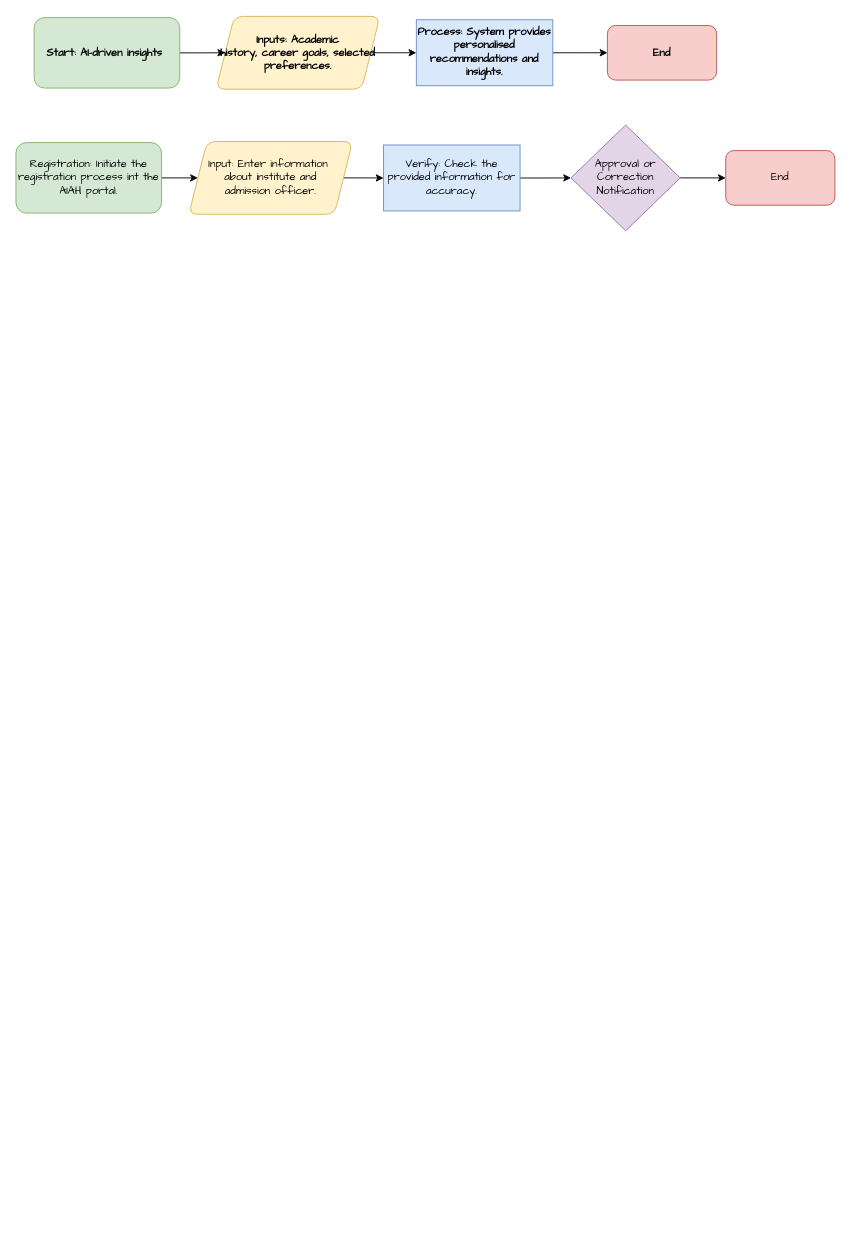
Before: page "Page-2" (2 of 3) of Architecture.drawio in prateek1o1/draw.io, a draw.io diagram. Source tidied: cells renumbered, new cells numbered last; positions are measured from the earlier drawing's top-left corner, leaving out a move shared by most shapes. Both pictures are drawn from the tidied source at 91%, with x=0, y=0 at pixel (15, 15).
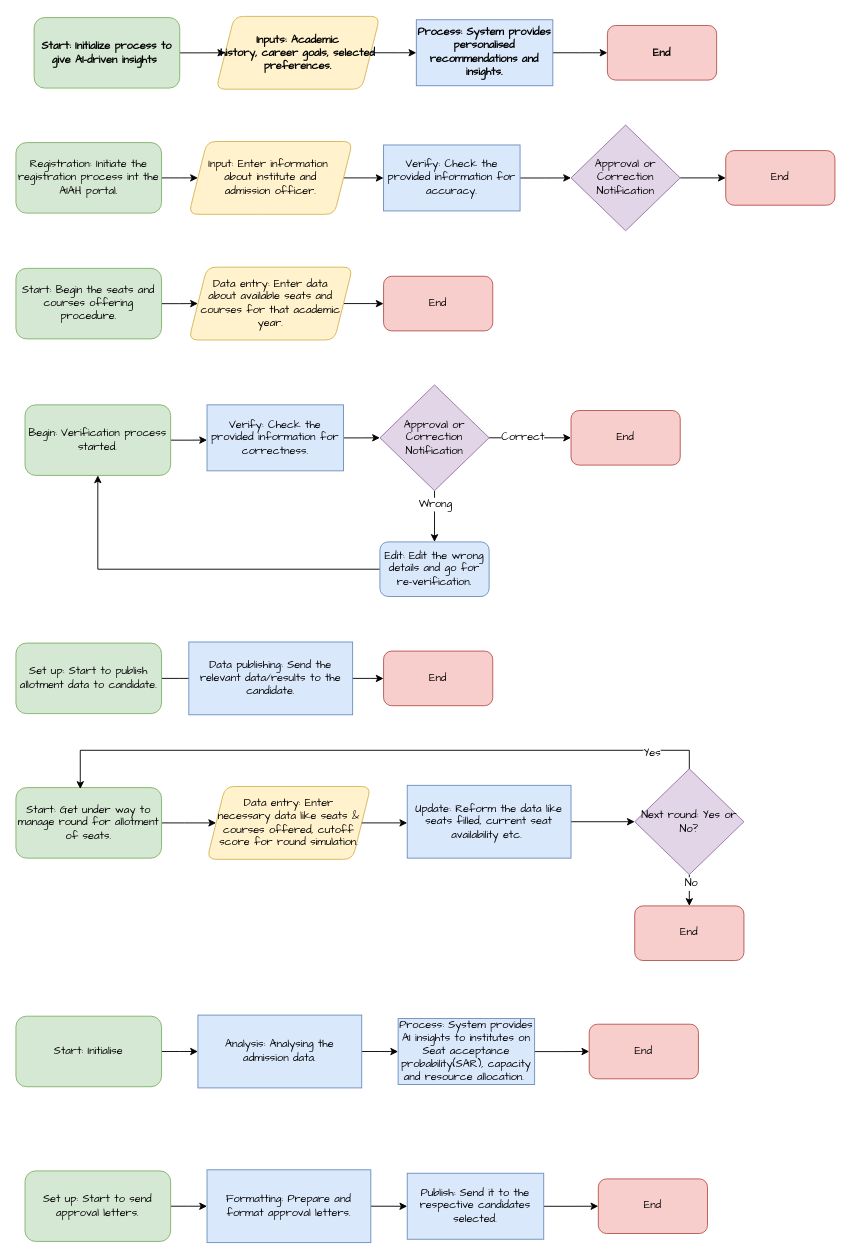
Above is the later version.

Diff of the diagram source:
```diff
@@
-    <mxCell id="3" value="Start: AI-driven insights&amp;nbsp;&lt;br&gt;" style="rounded=1;whiteSpace=wrap;html=1;align=center;fontStyle=1;fontFamily=Comic Sans MS;fillColor=#d5e8d4;strokeColor=#82b366;" parent="1" vertex="1">
+    <mxCell id="3" value="Start: Initialize process to give AI-driven insights&amp;nbsp;" style="rounded=1;whiteSpace=wrap;html=1;align=center;fontStyle=1;fontFamily=Comic Sans MS;fillColor=#d5e8d4;strokeColor=#82b366;" parent="1" vertex="1">
       <mxGeometry x="20" y="1.8" width="160" height="77.5" as="geometry" />
     </mxCell>
@@
+    <mxCell id="18" style="edgeStyle=orthogonalEdgeStyle;rounded=0;jettySize=auto;html=1;fontStyle=0;fontFamily=Comic Sans MS;" parent="1" edge="1" source="19" target="21">
+      <mxGeometry relative="1" as="geometry" />
+    </mxCell>
+    <mxCell id="19" value="Start: Begin the seats and courses offering procedure." style="rounded=1;whiteSpace=wrap;html=1;align=center;fontStyle=0;fontFamily=Comic Sans MS;fillColor=#d5e8d4;strokeColor=#82b366;" parent="1" vertex="1">
+      <mxGeometry y="277.4" width="160" height="77.5" as="geometry" />
+    </mxCell>
+    <mxCell id="20" style="edgeStyle=orthogonalEdgeStyle;rounded=0;jettySize=auto;html=1;fontStyle=0;fontFamily=Comic Sans MS;" parent="1" edge="1" source="21">
+      <mxGeometry relative="1" as="geometry">
+        <mxPoint x="404" y="316.2" as="targetPoint" />
+      </mxGeometry>
+    </mxCell>
+    <mxCell id="21" value="Data entry: Enter data &lt;br&gt;about available seats and &lt;br&gt;courses for that academic year." style="shape=parallelogram;perimeter=parallelogramPerimeter;whiteSpace=wrap;html=1;fixedSize=1;align=center;rounded=1;fontStyle=0;fontFamily=Comic Sans MS;fillColor=#fff2cc;strokeColor=#d6b656;" parent="1" vertex="1">
+      <mxGeometry x="190" y="276.1" width="180" height="80" as="geometry" />
+    </mxCell>
+    <mxCell id="22" value="End" style="whiteSpace=wrap;html=1;rounded=1;fontStyle=0;fontFamily=Comic Sans MS;fillColor=#f8cecc;strokeColor=#b85450;" parent="1" vertex="1">
+      <mxGeometry x="404" y="286.1" width="120" height="60" as="geometry" />
+    </mxCell>
+    <mxCell id="23" style="edgeStyle=orthogonalEdgeStyle;rounded=0;jettySize=auto;html=1;fontStyle=0;fontFamily=Comic Sans MS;" parent="1" edge="1" source="24">
+      <mxGeometry relative="1" as="geometry">
+        <mxPoint x="210" y="466.1" as="targetPoint" />
+      </mxGeometry>
+    </mxCell>
+    <mxCell id="24" value="Begin: Verification process started." style="rounded=1;whiteSpace=wrap;html=1;align=center;fontStyle=0;fontFamily=Comic Sans MS;fillColor=#d5e8d4;strokeColor=#82b366;" parent="1" vertex="1">
+      <mxGeometry x="10" y="427.4" width="160" height="77.5" as="geometry" />
+    </mxCell>
+    <mxCell id="25" style="edgeStyle=orthogonalEdgeStyle;rounded=0;jettySize=auto;html=1;fontFamily=Comic Sans MS;fontSize=12;fontColor=default;" parent="1" edge="1" source="26" target="32">
+      <mxGeometry relative="1" as="geometry" />
+    </mxCell>
+    <mxCell id="26" value="Verify: Check the provided information for correctness." style="whiteSpace=wrap;html=1;fontStyle=0;fontFamily=Comic Sans MS;fillColor=#dae8fc;strokeColor=#6c8ebf;" parent="1" vertex="1">
+      <mxGeometry x="210" y="427.4" width="150" height="72.5" as="geometry" />
+    </mxCell>
+    <mxCell id="27" value="End" style="whiteSpace=wrap;html=1;rounded=1;fontStyle=0;fontFamily=Comic Sans MS;fillColor=#f8cecc;strokeColor=#b85450;" parent="1" vertex="1">
+      <mxGeometry x="610" y="433.6" width="120" height="60" as="geometry" />
+    </mxCell>
+    <mxCell id="28" style="edgeStyle=orthogonalEdgeStyle;rounded=0;jettySize=auto;html=1;fontFamily=Comic Sans MS;fontSize=12;fontColor=default;" parent="1" edge="1" source="32" target="27">
+      <mxGeometry relative="1" as="geometry" />
+    </mxCell>
+    <mxCell id="29" value="Correct" style="edgeLabel;html=1;align=center;verticalAlign=middle;fontSize=12;fontFamily=Comic Sans MS;fontColor=default;" parent="28" vertex="1">
+      <mxGeometry x="-0.21" y="1" relative="1" as="geometry" />
+    </mxCell>
+    <mxCell id="30" style="edgeStyle=orthogonalEdgeStyle;rounded=0;jettySize=auto;html=1;fontFamily=Comic Sans MS;fontSize=12;fontColor=default;" parent="1" edge="1" source="32" target="34">
+      <mxGeometry relative="1" as="geometry" />
+    </mxCell>
+    <mxCell id="31" value="Wrong" style="edgeLabel;html=1;align=center;verticalAlign=middle;fontSize=12;fontFamily=Comic Sans MS;fontColor=default;" parent="30" vertex="1">
+      <mxGeometry x="-0.47" relative="1" as="geometry" />
+    </mxCell>
+    <mxCell id="32" value="Approval or Correction &lt;br&gt;Notification" style="rhombus;whiteSpace=wrap;html=1;fillColor=#e1d5e7;strokeColor=#9673a6;fontStyle=0;fontFamily=Comic Sans MS;" parent="1" vertex="1">
+      <mxGeometry x="400" y="405.5" width="120" height="116.2" as="geometry" />
+    </mxCell>
+    <mxCell id="33" style="edgeStyle=orthogonalEdgeStyle;rounded=0;jettySize=auto;html=1;entryX=0.5;entryY=1;entryDx=0;entryDy=0;fontFamily=Comic Sans MS;fontSize=12;fontColor=default;" parent="1" edge="1" source="34" target="24">
+      <mxGeometry relative="1" as="geometry" />
+    </mxCell>
+    <mxCell id="34" value="Edit: Edit the wrong details and go for re-verification." style="whiteSpace=wrap;html=1;fontFamily=Comic Sans MS;fillColor=#dae8fc;strokeColor=#6c8ebf;fontStyle=0;rounded=1;" parent="1" vertex="1">
+      <mxGeometry x="400" y="578" width="120" height="60" as="geometry" />
+    </mxCell>
+    <mxCell id="35" style="edgeStyle=orthogonalEdgeStyle;rounded=0;jettySize=auto;html=1;fontStyle=0;fontFamily=Comic Sans MS;" parent="1" edge="1" source="36" target="38">
+      <mxGeometry relative="1" as="geometry" />
+    </mxCell>
+    <mxCell id="36" value="Set up: Start to publish allotment data to candidate." style="rounded=1;whiteSpace=wrap;html=1;align=center;fontStyle=0;fontFamily=Comic Sans MS;fillColor=#d5e8d4;strokeColor=#82b366;" parent="1" vertex="1">
+      <mxGeometry y="689.2" width="160" height="77.5" as="geometry" />
+    </mxCell>
+    <mxCell id="37" style="edgeStyle=orthogonalEdgeStyle;rounded=0;jettySize=auto;html=1;fontStyle=0;fontFamily=Comic Sans MS;" parent="1" edge="1" source="38">
+      <mxGeometry relative="1" as="geometry">
+        <mxPoint x="404" y="728.1" as="targetPoint" />
+      </mxGeometry>
+    </mxCell>
+    <mxCell id="38" value="Data publishing: Send the relevant data/results to the candidate." style="perimeter=parallelogramPerimeter;whiteSpace=wrap;html=1;fixedSize=1;align=center;fontStyle=0;fontFamily=Comic Sans MS;fillColor=#dae8fc;strokeColor=#6c8ebf;" parent="1" vertex="1">
+      <mxGeometry x="190" y="688" width="180" height="80" as="geometry" />
+    </mxCell>
+    <mxCell id="39" value="End" style="whiteSpace=wrap;html=1;rounded=1;fontStyle=0;fontFamily=Comic Sans MS;fillColor=#f8cecc;strokeColor=#b85450;" parent="1" vertex="1">
+      <mxGeometry x="404" y="698" width="120" height="60" as="geometry" />
+    </mxCell>
+    <mxCell id="40" style="edgeStyle=orthogonalEdgeStyle;rounded=0;jettySize=auto;html=1;fontFamily=Comic Sans MS;fontSize=12;fontColor=default;" parent="1" edge="1" source="41" target="43">
+      <mxGeometry relative="1" as="geometry" />
+    </mxCell>
+    <mxCell id="41" value="Start: Get under way to manage round for allotment of seats." style="rounded=1;whiteSpace=wrap;html=1;align=center;fontStyle=0;fontFamily=Comic Sans MS;fillColor=#d5e8d4;strokeColor=#82b366;" parent="1" vertex="1">
+      <mxGeometry y="848" width="160" height="77.5" as="geometry" />
+    </mxCell>
+    <mxCell id="42" value="End" style="whiteSpace=wrap;html=1;rounded=1;fontStyle=0;fontFamily=Comic Sans MS;fillColor=#f8cecc;strokeColor=#b85450;" parent="1" vertex="1">
+      <mxGeometry x="680" y="978" width="120" height="60" as="geometry" />
+    </mxCell>
+    <mxCell id="43" value="Data entry: Enter &lt;br&gt;necessary data like seats &amp;amp; courses offered, cutoff &lt;br&gt;score for round simulation." style="shape=parallelogram;perimeter=parallelogramPerimeter;whiteSpace=wrap;html=1;fixedSize=1;align=center;rounded=1;fontStyle=0;fontFamily=Comic Sans MS;fillColor=#fff2cc;strokeColor=#d6b656;" parent="1" vertex="1">
+      <mxGeometry x="210" y="846.8" width="180" height="80" as="geometry" />
+    </mxCell>
+    <mxCell id="44" style="edgeStyle=orthogonalEdgeStyle;rounded=0;jettySize=auto;html=1;fontFamily=Comic Sans MS;fontSize=12;fontColor=default;" parent="1" edge="1" source="45" target="49">
+      <mxGeometry relative="1" as="geometry" />
+    </mxCell>
+    <mxCell id="45" value="Update: Reform the data like seats filled, current seat availability etc.&amp;nbsp;" style="perimeter=parallelogramPerimeter;whiteSpace=wrap;html=1;fixedSize=1;align=center;fontStyle=0;fontFamily=Comic Sans MS;fillColor=#dae8fc;strokeColor=#6c8ebf;" parent="1" vertex="1">
+      <mxGeometry x="430" y="845.5" width="180" height="80" as="geometry" />
+    </mxCell>
+    <mxCell id="46" style="edgeStyle=orthogonalEdgeStyle;rounded=0;jettySize=auto;html=1;entryX=0;entryY=0.516;entryDx=0;entryDy=0;entryPerimeter=0;fontFamily=Comic Sans MS;fontSize=12;fontColor=default;" parent="1" edge="1" source="43" target="45">
+      <mxGeometry relative="1" as="geometry" />
+    </mxCell>
+    <mxCell id="47" style="edgeStyle=orthogonalEdgeStyle;rounded=0;jettySize=auto;html=1;exitX=0.5;exitY=1;exitDx=0;exitDy=0;entryX=0.5;entryY=0;entryDx=0;entryDy=0;fontFamily=Comic Sans MS;fontSize=12;fontColor=default;" parent="1" edge="1" source="49" target="42">
+      <mxGeometry relative="1" as="geometry" />
+    </mxCell>
+    <mxCell id="48" value="No" style="edgeLabel;html=1;align=center;verticalAlign=middle;fontSize=12;fontFamily=Comic Sans MS;fontColor=default;" parent="47" vertex="1">
+      <mxGeometry x="-0.44" y="1" relative="1" as="geometry" />
+    </mxCell>
+    <mxCell id="49" value="Next round: Yes or No?" style="rhombus;whiteSpace=wrap;html=1;fillColor=#e1d5e7;strokeColor=#9673a6;fontStyle=0;fontFamily=Comic Sans MS;" parent="1" vertex="1">
+      <mxGeometry x="680" y="827.4" width="120" height="116.2" as="geometry" />
+    </mxCell>
+    <mxCell id="50" style="edgeStyle=orthogonalEdgeStyle;rounded=0;jettySize=auto;html=1;exitX=0.5;exitY=0;exitDx=0;exitDy=0;entryX=0.442;entryY=0.019;entryDx=0;entryDy=0;entryPerimeter=0;fontFamily=Comic Sans MS;fontSize=12;fontColor=default;" parent="1" edge="1" source="49" target="41">
+      <mxGeometry relative="1" as="geometry">
+        <Array as="points">
+          <mxPoint x="740" y="807" />
+          <mxPoint x="71" y="807" />
+        </Array>
+      </mxGeometry>
+    </mxCell>
+    <mxCell id="51" value="Yes" style="edgeLabel;html=1;align=center;verticalAlign=middle;fontSize=12;fontFamily=Comic Sans MS;fontColor=default;" parent="50" vertex="1">
+      <mxGeometry x="-0.83" y="3" relative="1" as="geometry" />
+    </mxCell>
+    <mxCell id="52" style="edgeStyle=orthogonalEdgeStyle;rounded=0;jettySize=auto;html=1;fontStyle=0;fontFamily=Comic Sans MS;" parent="1" edge="1" source="53" target="55">
+      <mxGeometry relative="1" as="geometry" />
+    </mxCell>
+    <mxCell id="53" value="Start: Initialise" style="rounded=1;whiteSpace=wrap;html=1;align=center;fontStyle=0;fontFamily=Comic Sans MS;fillColor=#d5e8d4;strokeColor=#82b366;" parent="1" vertex="1">
+      <mxGeometry y="1099.2" width="160" height="77.5" as="geometry" />
+    </mxCell>
+    <mxCell id="54" style="edgeStyle=orthogonalEdgeStyle;rounded=0;jettySize=auto;html=1;fontStyle=0;fontFamily=Comic Sans MS;" parent="1" edge="1" source="55" target="57">
+      <mxGeometry relative="1" as="geometry" />
+    </mxCell>
+    <mxCell id="55" value="Analysis: Analysing the &lt;br&gt;admission data." style="whiteSpace=wrap;html=1;fixedSize=1;align=center;fontStyle=0;fontFamily=Comic Sans MS;fillColor=#dae8fc;strokeColor=#6c8ebf;size=-60;" parent="1" vertex="1">
+      <mxGeometry x="200" y="1098" width="180" height="80" as="geometry" />
+    </mxCell>
+    <mxCell id="56" style="edgeStyle=orthogonalEdgeStyle;rounded=0;jettySize=auto;html=1;fontStyle=0;" parent="1" edge="1" source="57" target="58">
+      <mxGeometry relative="1" as="geometry" />
+    </mxCell>
+    <mxCell id="57" value="Process: System provides AI insights to institutes on Seat acceptance probability(SAR), capacity and resource allocation.&amp;nbsp;" style="whiteSpace=wrap;html=1;fontStyle=0;fontFamily=Comic Sans MS;fillColor=#dae8fc;strokeColor=#6c8ebf;" parent="1" vertex="1">
+      <mxGeometry x="420" y="1101.8" width="150" height="72.5" as="geometry" />
+    </mxCell>
+    <mxCell id="58" value="End" style="whiteSpace=wrap;html=1;rounded=1;fontStyle=0;fontFamily=Comic Sans MS;fillColor=#f8cecc;strokeColor=#b85450;" parent="1" vertex="1">
+      <mxGeometry x="630" y="1108" width="120" height="60" as="geometry" />
+    </mxCell>
+    <mxCell id="59" style="edgeStyle=orthogonalEdgeStyle;rounded=0;jettySize=auto;html=1;fontStyle=0;fontFamily=Comic Sans MS;" parent="1" edge="1" source="60" target="62">
+      <mxGeometry relative="1" as="geometry" />
+    </mxCell>
+    <mxCell id="60" value="Set up: Start to send approval letters." style="rounded=1;whiteSpace=wrap;html=1;align=center;fontStyle=0;fontFamily=Comic Sans MS;fillColor=#d5e8d4;strokeColor=#82b366;" parent="1" vertex="1">
+      <mxGeometry x="10" y="1269.2" width="160" height="77.5" as="geometry" />
+    </mxCell>
+    <mxCell id="61" style="edgeStyle=orthogonalEdgeStyle;rounded=0;jettySize=auto;html=1;fontStyle=0;fontFamily=Comic Sans MS;" parent="1" edge="1" source="62" target="64">
+      <mxGeometry relative="1" as="geometry" />
+    </mxCell>
+    <mxCell id="62" value="Formatting: Prepare and format approval letters." style="whiteSpace=wrap;html=1;fixedSize=1;align=center;fontStyle=0;fontFamily=Comic Sans MS;fillColor=#dae8fc;strokeColor=#6c8ebf;size=-60;" parent="1" vertex="1">
+      <mxGeometry x="210" y="1268" width="180" height="80" as="geometry" />
+    </mxCell>
+    <mxCell id="63" style="edgeStyle=orthogonalEdgeStyle;rounded=0;jettySize=auto;html=1;fontStyle=0;" parent="1" edge="1" source="64" target="65">
+      <mxGeometry relative="1" as="geometry" />
+    </mxCell>
+    <mxCell id="64" value="Publish: Send it to the respective candidates selected." style="whiteSpace=wrap;html=1;fontStyle=0;fontFamily=Comic Sans MS;fillColor=#dae8fc;strokeColor=#6c8ebf;" parent="1" vertex="1">
+      <mxGeometry x="430" y="1271.8" width="150" height="72.5" as="geometry" />
+    </mxCell>
+    <mxCell id="65" value="End" style="whiteSpace=wrap;html=1;rounded=1;fontStyle=0;fontFamily=Comic Sans MS;fillColor=#f8cecc;strokeColor=#b85450;" parent="1" vertex="1">
+      <mxGeometry x="640" y="1278" width="120" height="60" as="geometry" />
+    </mxCell>
```
